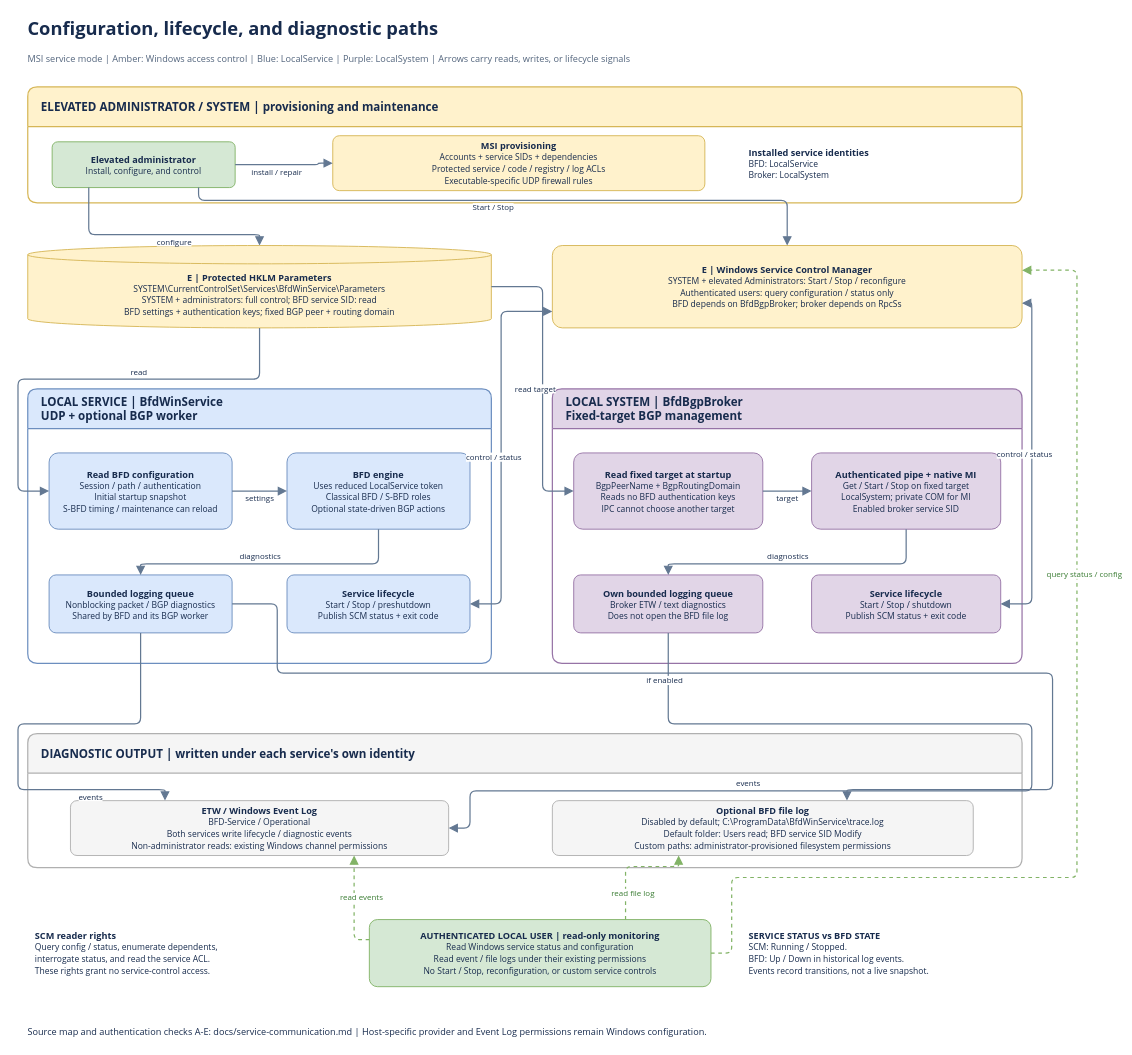
The draw.io diagram page "2 - Configuration and lifecycle" (2 of 2) of docs/service-communication.drawio in miketheitguy/bfd-winservice, before the edit. Source tidied: cells renumbered, new cells numbered last; positions are measured from the earlier drawing's top-left corner, leaving out a move shared by most shapes. Both pictures are drawn from the tidied source at 61%, with x=0, y=0 at pixel (18, 10).
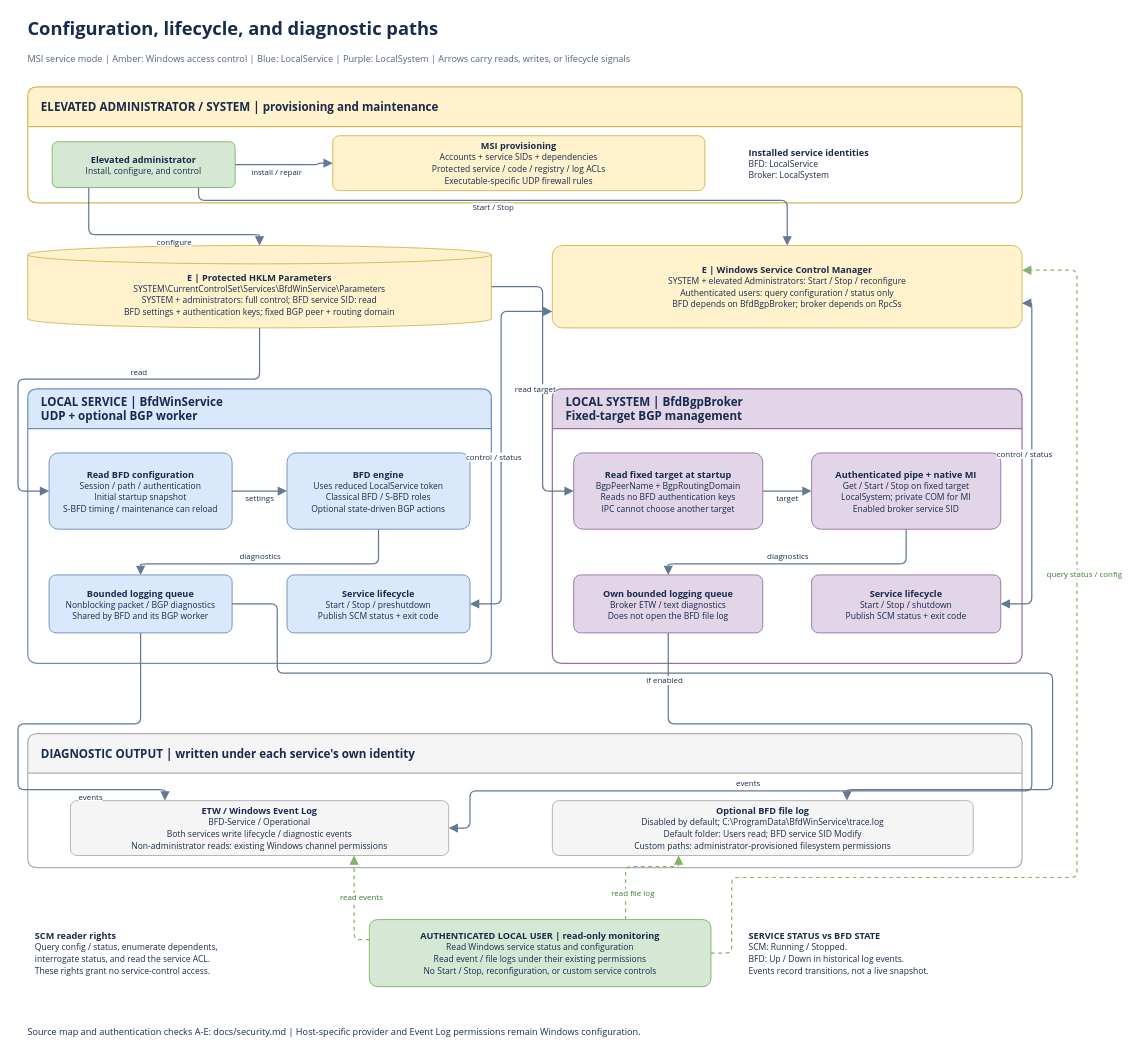
Above is the later version.

Commit message (it also covers changes not shown here):
Document authentication boundaries and build security

Change to the diagram source:
```diff
@@
-    <mxCell id="37" value="Source map and authentication checks A-E: docs/service-communication.md  |  Host-specific provider and Event Log permissions remain Windows configuration." style="text;strokeColor=none;fillColor=none;align=left;verticalAlign=middle;html=1;whiteSpace=wrap;fontFamily=Segoe UI;fontSize=15;fontColor=#172B4D;spacing=12;fontSize=15;spacing=0;" parent="1" vertex="1">
+    <mxCell id="37" value="Source map and authentication checks A-E: docs/security.md  |  Host-specific provider and Event Log permissions remain Windows configuration." style="text;strokeColor=none;fillColor=none;align=left;verticalAlign=middle;html=1;whiteSpace=wrap;fontFamily=Segoe UI;fontSize=15;fontColor=#172B4D;spacing=12;fontSize=15;spacing=0;" parent="1" vertex="1">
       <mxGeometry x="16" y="1650" width="1630" height="45" as="geometry" />
     </mxCell>
```
